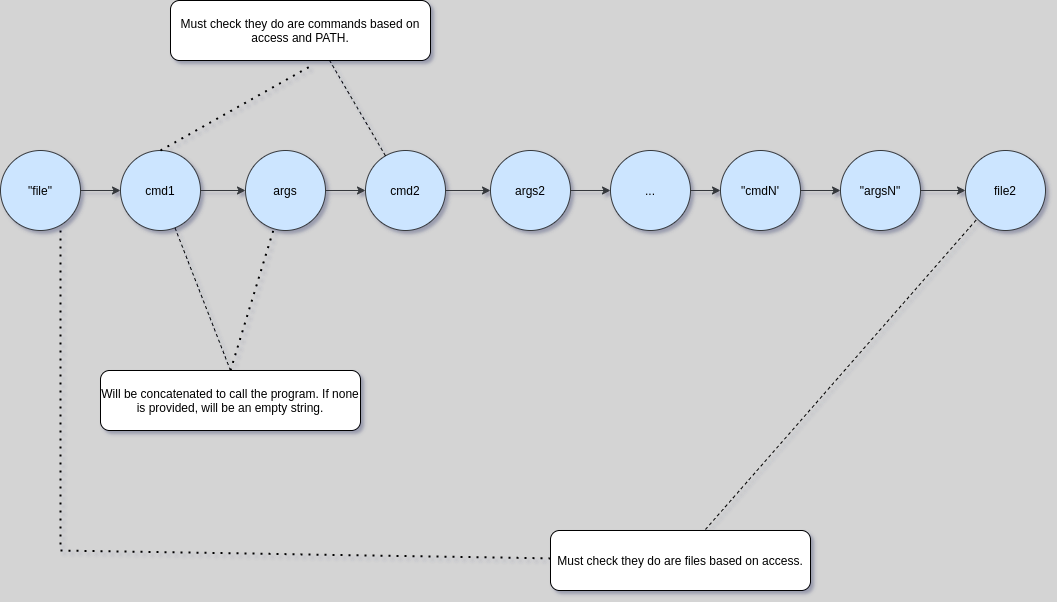
Before: docs/diagrams/linkedlist_pipex.drawio.png, a diagram exported from draw.io (Adam-Maroni/pipex_ceedling). Source tidied: cells renumbered, new cells last; positions are measured from the earlier drawing's top-left corner, leaving out a move shared by most shapes.
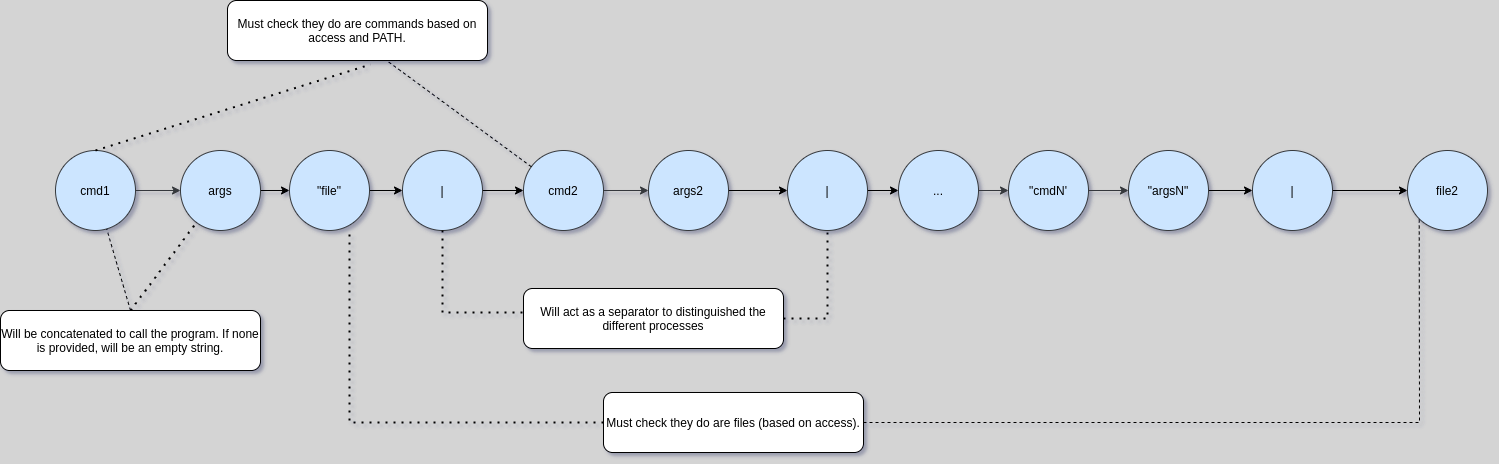
The same diagram one commit later.

Commit message:
Mise a jour de init_list_pipex en fonction de la nouvelle doc

Change to the diagram source:
```diff
@@ -2,59 +2,59 @@
   <root>
     <mxCell id="0" />
     <mxCell id="1" parent="0" />
-    <mxCell id="2" style="edgeStyle=orthogonalEdgeStyle;rounded=0;jettySize=auto;html=1;exitX=1;exitY=0.5;exitDx=0;exitDy=0;fillColor=#cce5ff;strokeColor=#36393d;" parent="1" edge="1" source="3" target="5">
-      <mxGeometry relative="1" as="geometry" />
-    </mxCell>
+    <mxCell id="28" style="edgeStyle=orthogonalEdgeStyle;rounded=0;jettySize=auto;html=1;" parent="1" edge="1" source="3" target="33">
+      <mxGeometry relative="1" as="geometry" />
+    </mxCell>
     <mxCell id="3" value="&quot;file&quot;" style="ellipse;whiteSpace=wrap;html=1;fillColor=#cce5ff;strokeColor=#36393d;" parent="1" vertex="1">
-      <mxGeometry y="150" width="80" height="80" as="geometry" />
+      <mxGeometry x="232" y="150" width="80" height="80" as="geometry" />
     </mxCell>
     <mxCell id="4" style="edgeStyle=orthogonalEdgeStyle;rounded=0;jettySize=auto;html=1;exitX=1;exitY=0.5;exitDx=0;exitDy=0;entryX=0;entryY=0.5;entryDx=0;entryDy=0;fillColor=#cce5ff;strokeColor=#36393d;" parent="1" edge="1" source="5" target="7">
       <mxGeometry relative="1" as="geometry" />
     </mxCell>
     <mxCell id="5" value="cmd1" style="ellipse;whiteSpace=wrap;html=1;fillColor=#cce5ff;strokeColor=#36393d;" parent="1" vertex="1">
-      <mxGeometry x="120" y="150" width="80" height="80" as="geometry" />
+      <mxGeometry x="-2" y="150" width="80" height="80" as="geometry" />
     </mxCell>
-    <mxCell id="6" style="edgeStyle=orthogonalEdgeStyle;rounded=0;jettySize=auto;html=1;fillColor=#cce5ff;strokeColor=#36393d;" parent="1" edge="1" source="7" target="9">
-      <mxGeometry relative="1" as="geometry" />
-    </mxCell>
+    <mxCell id="29" style="edgeStyle=orthogonalEdgeStyle;rounded=0;jettySize=auto;html=1;" parent="1" edge="1" source="7" target="3">
+      <mxGeometry relative="1" as="geometry" />
+    </mxCell>
     <mxCell id="7" value="args" style="ellipse;whiteSpace=wrap;html=1;fillColor=#cce5ff;strokeColor=#36393d;" parent="1" vertex="1">
-      <mxGeometry x="245" y="150" width="80" height="80" as="geometry" />
+      <mxGeometry x="123" y="150" width="80" height="80" as="geometry" />
     </mxCell>
     <mxCell id="8" style="edgeStyle=orthogonalEdgeStyle;rounded=0;jettySize=auto;html=1;fillColor=#cce5ff;strokeColor=#36393d;" parent="1" edge="1" source="9" target="11">
       <mxGeometry relative="1" as="geometry" />
     </mxCell>
     <mxCell id="9" value="cmd2" style="ellipse;whiteSpace=wrap;html=1;fillColor=#cce5ff;strokeColor=#36393d;" parent="1" vertex="1">
-      <mxGeometry x="365" y="150" width="80" height="80" as="geometry" />
+      <mxGeometry x="466" y="150" width="80" height="80" as="geometry" />
     </mxCell>
-    <mxCell id="10" style="edgeStyle=orthogonalEdgeStyle;rounded=0;jettySize=auto;html=1;fillColor=#cce5ff;strokeColor=#36393d;" parent="1" edge="1" source="11" target="13">
-      <mxGeometry relative="1" as="geometry" />
-    </mxCell>
+    <mxCell id="30" style="edgeStyle=orthogonalEdgeStyle;rounded=0;jettySize=auto;html=1;" parent="1" edge="1" source="11" target="35">
+      <mxGeometry relative="1" as="geometry" />
+    </mxCell>
     <mxCell id="11" value="args2" style="ellipse;whiteSpace=wrap;html=1;fillColor=#cce5ff;strokeColor=#36393d;" parent="1" vertex="1">
-      <mxGeometry x="490" y="150" width="80" height="80" as="geometry" />
+      <mxGeometry x="591" y="150" width="80" height="80" as="geometry" />
     </mxCell>
     <mxCell id="12" style="edgeStyle=orthogonalEdgeStyle;rounded=0;jettySize=auto;html=1;fillColor=#cce5ff;strokeColor=#36393d;" parent="1" edge="1" source="13" target="15">
       <mxGeometry relative="1" as="geometry" />
     </mxCell>
     <mxCell id="13" value="..." style="ellipse;whiteSpace=wrap;html=1;fillColor=#cce5ff;strokeColor=#36393d;" parent="1" vertex="1">
-      <mxGeometry x="610" y="150" width="80" height="80" as="geometry" />
+      <mxGeometry x="841" y="150" width="80" height="80" as="geometry" />
     </mxCell>
     <mxCell id="14" style="edgeStyle=orthogonalEdgeStyle;rounded=0;jettySize=auto;html=1;exitX=1;exitY=0.5;exitDx=0;exitDy=0;fillColor=#cce5ff;strokeColor=#36393d;" parent="1" edge="1" source="15" target="17">
       <mxGeometry relative="1" as="geometry" />
     </mxCell>
     <mxCell id="15" value="&quot;cmdN'" style="ellipse;whiteSpace=wrap;html=1;fillColor=#cce5ff;strokeColor=#36393d;" parent="1" vertex="1">
-      <mxGeometry x="720" y="150" width="80" height="80" as="geometry" />
+      <mxGeometry x="951" y="150" width="80" height="80" as="geometry" />
     </mxCell>
-    <mxCell id="16" style="edgeStyle=orthogonalEdgeStyle;rounded=0;jettySize=auto;html=1;exitX=1;exitY=0.5;exitDx=0;exitDy=0;entryX=0;entryY=0.5;entryDx=0;entryDy=0;fillColor=#cce5ff;strokeColor=#36393d;" parent="1" edge="1" source="17" target="18">
-      <mxGeometry relative="1" as="geometry" />
-    </mxCell>
+    <mxCell id="31" style="edgeStyle=orthogonalEdgeStyle;rounded=0;jettySize=auto;html=1;" parent="1" edge="1" source="17" target="37">
+      <mxGeometry relative="1" as="geometry" />
+    </mxCell>
     <mxCell id="17" value="&quot;argsN&quot;" style="ellipse;whiteSpace=wrap;html=1;fillColor=#cce5ff;strokeColor=#36393d;" parent="1" vertex="1">
-      <mxGeometry x="840" y="150" width="80" height="80" as="geometry" />
+      <mxGeometry x="1071" y="150" width="80" height="80" as="geometry" />
     </mxCell>
     <mxCell id="18" value="file2" style="ellipse;whiteSpace=wrap;html=1;fillColor=#cce5ff;strokeColor=#36393d;" parent="1" vertex="1">
-      <mxGeometry x="965" y="150" width="80" height="80" as="geometry" />
+      <mxGeometry x="1350" y="150" width="80" height="80" as="geometry" />
     </mxCell>
     <mxCell id="19" value="Will be concatenated to call the program. If none is provided, will be an empty string." style="rounded=1;whiteSpace=wrap;html=1;" parent="1" vertex="1">
-      <mxGeometry x="100" y="370" width="260" height="60" as="geometry" />
+      <mxGeometry x="-57" y="310" width="260" height="60" as="geometry" />
     </mxCell>
     <mxCell id="20" style="endArrow=none;dashed=1;html=1;dashPattern=1 3;strokeWidth=2;rounded=0;exitX=0.5;exitY=0;exitDx=0;exitDy=0;" parent="1" edge="1" source="19" target="7">
       <mxGeometry relative="1" as="geometry" />
@@ -73,18 +73,57 @@
     <mxCell id="24" style="endArrow=none;dashed=1;html=1;rounded=0;entryX=0.612;entryY=1;entryDx=0;entryDy=0;entryPerimeter=0;" parent="1" edge="1" source="9" target="22">
       <mxGeometry relative="1" as="geometry" />
     </mxCell>
-    <mxCell id="25" value="Must check they do are files based on access." style="rounded=1;whiteSpace=wrap;html=1;" parent="1" vertex="1">
-      <mxGeometry x="550" y="530" width="260" height="60" as="geometry" />
+    <mxCell id="25" value="Must check they do are files (based on access)." style="rounded=1;whiteSpace=wrap;html=1;" parent="1" vertex="1">
+      <mxGeometry x="546" y="392" width="260" height="60" as="geometry" />
     </mxCell>
     <mxCell id="26" style="endArrow=none;dashed=1;html=1;dashPattern=1 3;strokeWidth=2;rounded=0;entryX=0.75;entryY=1;entryDx=0;entryDy=0;entryPerimeter=0;" parent="1" edge="1" source="25" target="3">
       <mxGeometry relative="1" as="geometry">
         <Array as="points">
-          <mxPoint x="60" y="550" />
+          <mxPoint x="292" y="422" />
         </Array>
       </mxGeometry>
     </mxCell>
-    <mxCell id="27" style="endArrow=none;dashed=1;html=1;rounded=0;entryX=0;entryY=1;entryDx=0;entryDy=0;exitX=0.596;exitY=-0.017;exitDx=0;exitDy=0;exitPerimeter=0;" parent="1" edge="1" source="25" target="18">
-      <mxGeometry relative="1" as="geometry" />
+    <mxCell id="27" style="endArrow=none;dashed=1;html=1;rounded=0;entryX=0;entryY=1;entryDx=0;entryDy=0;exitX=1;exitY=0.5;exitDx=0;exitDy=0;" parent="1" edge="1" source="25" target="18">
+      <mxGeometry relative="1" as="geometry">
+        <Array as="points">
+          <mxPoint x="1362" y="422" />
+        </Array>
+      </mxGeometry>
     </mxCell>
+    <mxCell id="32" style="edgeStyle=orthogonalEdgeStyle;rounded=0;jettySize=auto;html=1;" parent="1" edge="1" source="33" target="9">
+      <mxGeometry relative="1" as="geometry" />
+    </mxCell>
+    <mxCell id="33" value="|" style="ellipse;whiteSpace=wrap;html=1;fillColor=#cce5ff;strokeColor=#36393d;" parent="1" vertex="1">
+      <mxGeometry x="345" y="150" width="80" height="80" as="geometry" />
+    </mxCell>
+    <mxCell id="34" style="edgeStyle=orthogonalEdgeStyle;rounded=0;jettySize=auto;html=1;" parent="1" edge="1" source="35" target="13">
+      <mxGeometry relative="1" as="geometry" />
+    </mxCell>
+    <mxCell id="35" value="|" style="ellipse;whiteSpace=wrap;html=1;fillColor=#cce5ff;strokeColor=#36393d;" parent="1" vertex="1">
+      <mxGeometry x="730" y="150" width="80" height="80" as="geometry" />
+    </mxCell>
+    <mxCell id="36" style="edgeStyle=orthogonalEdgeStyle;rounded=0;jettySize=auto;html=1;" parent="1" edge="1" source="37" target="18">
+      <mxGeometry relative="1" as="geometry" />
+    </mxCell>
+    <mxCell id="37" value="|" style="ellipse;whiteSpace=wrap;html=1;fillColor=#cce5ff;strokeColor=#36393d;" parent="1" vertex="1">
+      <mxGeometry x="1195" y="150" width="80" height="80" as="geometry" />
+    </mxCell>
+    <mxCell id="38" value="Will act as a separator to distinguished the different processes" style="rounded=1;whiteSpace=wrap;html=1;" parent="1" vertex="1">
+      <mxGeometry x="466" y="288" width="260" height="60" as="geometry" />
+    </mxCell>
+    <mxCell id="39" style="endArrow=none;dashed=1;html=1;dashPattern=1 3;strokeWidth=2;rounded=0;exitX=0.5;exitY=1;exitDx=0;exitDy=0;entryX=-0.004;entryY=0.4;entryDx=0;entryDy=0;entryPerimeter=0;" parent="1" edge="1" source="33" target="38">
+      <mxGeometry relative="1" as="geometry">
+        <Array as="points">
+          <mxPoint x="385" y="312" />
+        </Array>
+      </mxGeometry>
+    </mxCell>
+    <mxCell id="40" style="endArrow=none;dashed=1;html=1;dashPattern=1 3;strokeWidth=2;rounded=0;entryX=0.5;entryY=1;entryDx=0;entryDy=0;exitX=1;exitY=0.5;exitDx=0;exitDy=0;" parent="1" edge="1" source="38" target="35">
+      <mxGeometry relative="1" as="geometry">
+        <Array as="points">
+          <mxPoint x="770" y="318" />
+        </Array>
+      </mxGeometry>
+    </mxCell>
   </root>
 </mxGraphModel>
```
